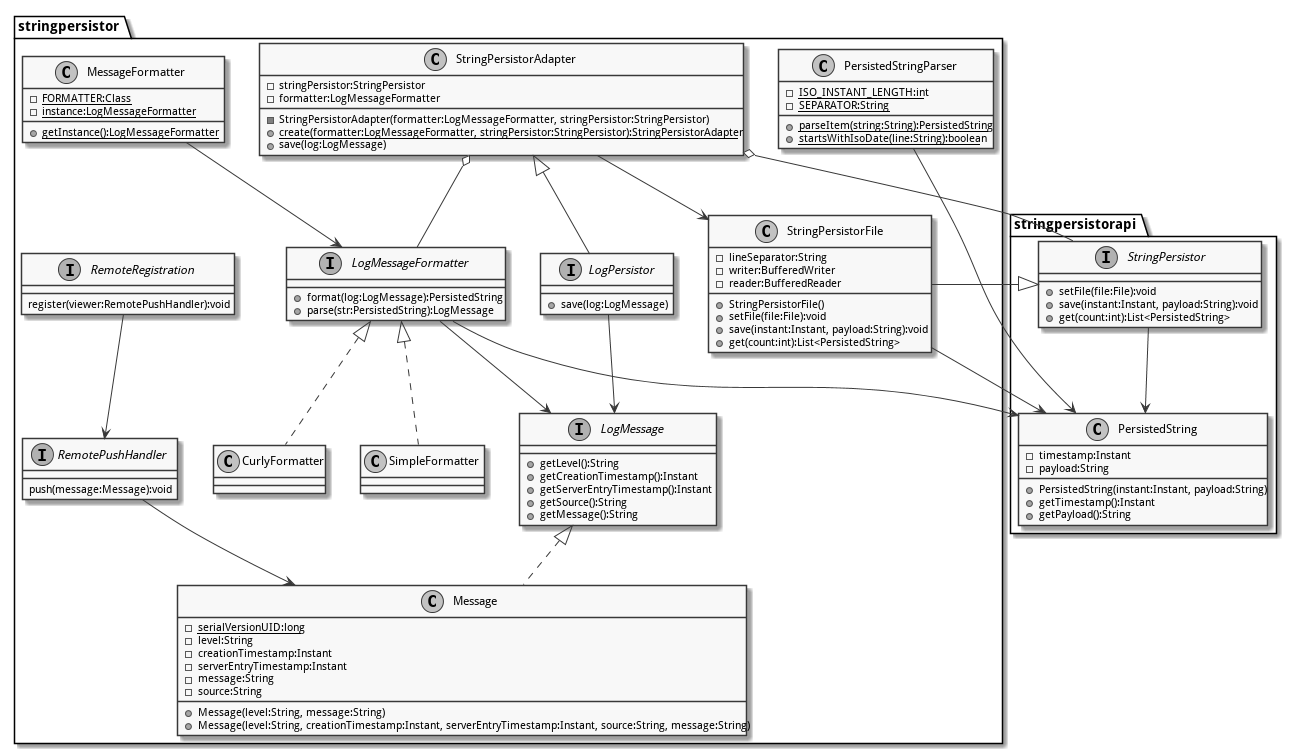
Above: Systemspezifikation/img/stringpersistor.png in patrickbucher/vsk-team5 (PlantUML), before the change. Its diagram source:
```plantuml
@startuml

skinparam monochrome true
skinparam defaultFontName Droid Sans

package "stringpersistor" {
    interface LogMessage {
        + getLevel():String
        + getCreationTimestamp():Instant
        + getServerEntryTimestamp():Instant
        + getSource():String
        + getMessage():String
    }
    class Message {
        {static} - serialVersionUID:long
        - level:String
        - creationTimestamp:Instant
        - serverEntryTimestamp:Instant
        - message:String
        - source:String
        + Message(level:String, message:String)
        + Message(level:String, creationTimestamp:Instant, serverEntryTimestamp:Instant, source:String, message:String)
    }
    class StringPersistorFile {
        - lineSeparator:String
        - writer:BufferedWriter
        - reader:BufferedReader
        + StringPersistorFile()
        + setFile(file:File):void
        + save(instant:Instant, payload:String):void
        + get(count:int):List<PersistedString>
    }
    class PersistedStringParser {
        {static} - ISO_INSTANT_LENGTH:int
        {static} - SEPARATOR:String
        {static} + parseItem(string:String):PersistedString
        {static} + startsWithIsoDate(line:String):boolean
    }
    interface LogPersistor {
        + save(log:LogMessage)
    }
    class StringPersistorAdapter {
        - stringPersistor:StringPersistor
        - formatter:LogMessageFormatter
        - StringPersistorAdapter(formatter:LogMessageFormatter, stringPersistor:StringPersistor)
        {static} + create(formatter:LogMessageFormatter, stringPersistor:StringPersistor):StringPersistorAdapter
        + save(log:LogMessage)
    }
    interface LogMessageFormatter {
        + format(log:LogMessage):PersistedString
        + parse(str:PersistedString):LogMessage
    }
    class SimpleFormatter {
    }
    class CurlyFormatter {
    }
    class MessageFormatter {
        {static} - FORMATTER:Class
        {static} - instance:LogMessageFormatter
        {static} + getInstance():LogMessageFormatter
    }
    interface RemotePushHandler {
        push(message:Message):void
    }
    interface RemoteRegistration {
        register(viewer:RemotePushHandler):void
    }
    stringpersistorapi.StringPersistor <|-- StringPersistorFile
    StringPersistorFile --> stringpersistorapi.PersistedString
    PersistedStringParser --> stringpersistorapi.PersistedString
    LogMessage <|.. Message
    LogPersistor --> LogMessage
    StringPersistorAdapter <|-- LogPersistor
    StringPersistorAdapter o-- stringpersistorapi.StringPersistor
    StringPersistorAdapter --> StringPersistorFile
    StringPersistorAdapter o-- LogMessageFormatter
    LogMessageFormatter --> LogMessage
    LogMessageFormatter --> stringpersistorapi.PersistedString
    LogMessageFormatter <|.. SimpleFormatter
    LogMessageFormatter <|.. CurlyFormatter
    MessageFormatter --> LogMessageFormatter
    RemotePushHandler --> Message
    RemoteRegistration --> RemotePushHandler
}

package "stringpersistorapi" {
    interface StringPersistor {
        + setFile(file:File):void
        + save(instant:Instant, payload:String):void
        + get(count:int):List<PersistedString>
    }
    class PersistedString {
        - timestamp:Instant
        - payload:String
        + PersistedString(instant:Instant, payload:String)
        + getTimestamp():Instant
        + getPayload():String
    }
    StringPersistor --> PersistedString
}

@enduml
```
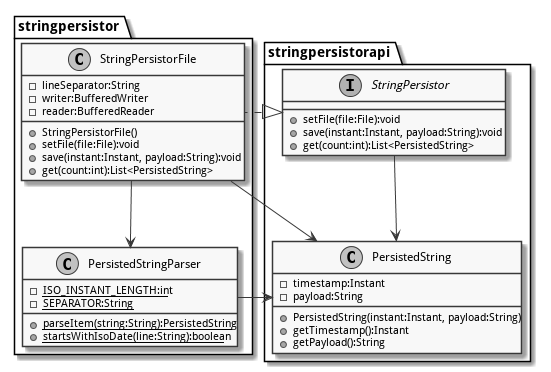
Above is the later version.

Diff of the diagram source:
```diff
@@ -4,23 +4,6 @@
 skinparam defaultFontName Droid Sans
 
 package "stringpersistor" {
-    interface LogMessage {
-        + getLevel():String
-        + getCreationTimestamp():Instant
-        + getServerEntryTimestamp():Instant
-        + getSource():String
-        + getMessage():String
-    }
-    class Message {
-        {static} - serialVersionUID:long
-        - level:String
-        - creationTimestamp:Instant
-        - serverEntryTimestamp:Instant
-        - message:String
-        - source:String
-        + Message(level:String, message:String)
-        + Message(level:String, creationTimestamp:Instant, serverEntryTimestamp:Instant, source:String, message:String)
-    }
     class StringPersistorFile {
         - lineSeparator:String
         - writer:BufferedWriter
@@ -36,51 +19,10 @@
         {static} + parseItem(string:String):PersistedString
         {static} + startsWithIsoDate(line:String):boolean
     }
-    interface LogPersistor {
-        + save(log:LogMessage)
-    }
-    class StringPersistorAdapter {
-        - stringPersistor:StringPersistor
-        - formatter:LogMessageFormatter
-        - StringPersistorAdapter(formatter:LogMessageFormatter, stringPersistor:StringPersistor)
-        {static} + create(formatter:LogMessageFormatter, stringPersistor:StringPersistor):StringPersistorAdapter
-        + save(log:LogMessage)
-    }
-    interface LogMessageFormatter {
-        + format(log:LogMessage):PersistedString
-        + parse(str:PersistedString):LogMessage
-    }
-    class SimpleFormatter {
-    }
-    class CurlyFormatter {
-    }
-    class MessageFormatter {
-        {static} - FORMATTER:Class
-        {static} - instance:LogMessageFormatter
-        {static} + getInstance():LogMessageFormatter
-    }
-    interface RemotePushHandler {
-        push(message:Message):void
-    }
-    interface RemoteRegistration {
-        register(viewer:RemotePushHandler):void
-    }
-    stringpersistorapi.StringPersistor <|-- StringPersistorFile
+    stringpersistorapi.StringPersistor <|.. StringPersistorFile
     StringPersistorFile --> stringpersistorapi.PersistedString
     PersistedStringParser --> stringpersistorapi.PersistedString
-    LogMessage <|.. Message
-    LogPersistor --> LogMessage
-    StringPersistorAdapter <|-- LogPersistor
-    StringPersistorAdapter o-- stringpersistorapi.StringPersistor
-    StringPersistorAdapter --> StringPersistorFile
-    StringPersistorAdapter o-- LogMessageFormatter
-    LogMessageFormatter --> LogMessage
-    LogMessageFormatter --> stringpersistorapi.PersistedString
-    LogMessageFormatter <|.. SimpleFormatter
-    LogMessageFormatter <|.. CurlyFormatter
-    MessageFormatter --> LogMessageFormatter
-    RemotePushHandler --> Message
-    RemoteRegistration --> RemotePushHandler
+    StringPersistorFile --> PersistedStringParser
 }
 
 package "stringpersistorapi" {
```
